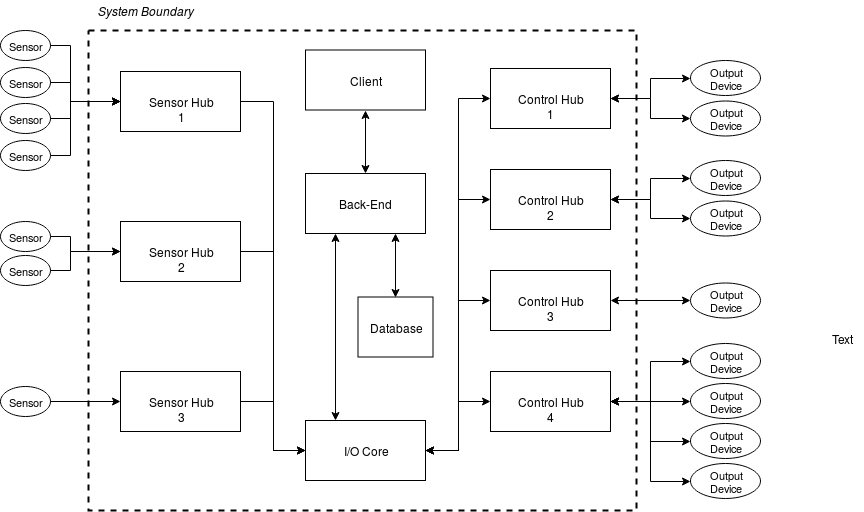
This is static/CEA-diagram.png from QVFT/QVFT-Client, a draw.io export, as it was before one commit. Source tidied: cells renumbered, new cells last; positions are measured from the earlier drawing's top-left corner, leaving out a move shared by most shapes.
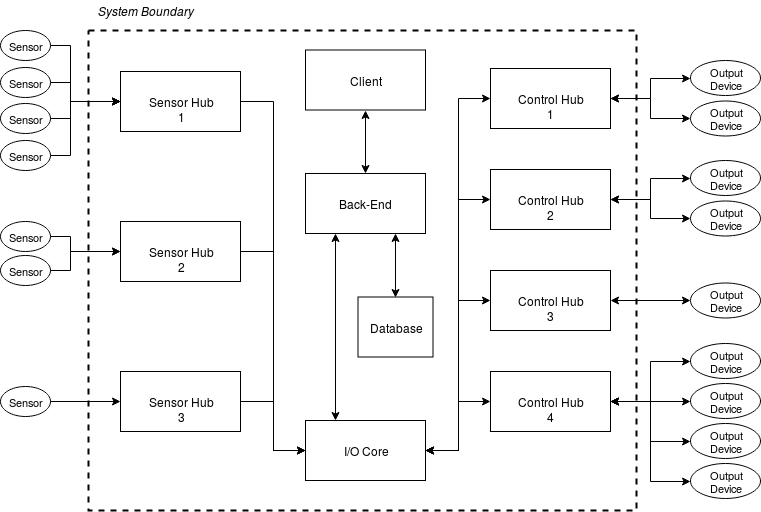
The same file after the commit.

The edit, as a diff of the source:
```diff
@@ -47,9 +47,6 @@
     <mxCell id="16" value="&lt;i&gt;System Boundary&lt;br&gt;&lt;/i&gt;" style="text;html=1;strokeColor=none;fillColor=none;align=center;verticalAlign=middle;whiteSpace=wrap;rounded=0;" parent="1" vertex="1">
       <mxGeometry x="80" width="130" height="20" as="geometry" />
     </mxCell>
-    <mxCell id="17" value="Text" style="text;html=1;align=center;verticalAlign=middle;" parent="1" vertex="1">
-      <mxGeometry x="823" y="328" width="40" height="20" as="geometry" />
-    </mxCell>
     <mxCell id="18" value="Sensor Hub 1" style="rounded=0;whiteSpace=wrap;html=1;" parent="1" vertex="1">
       <mxGeometry x="120" y="71" width="120" height="60" as="geometry" />
     </mxCell>
```
